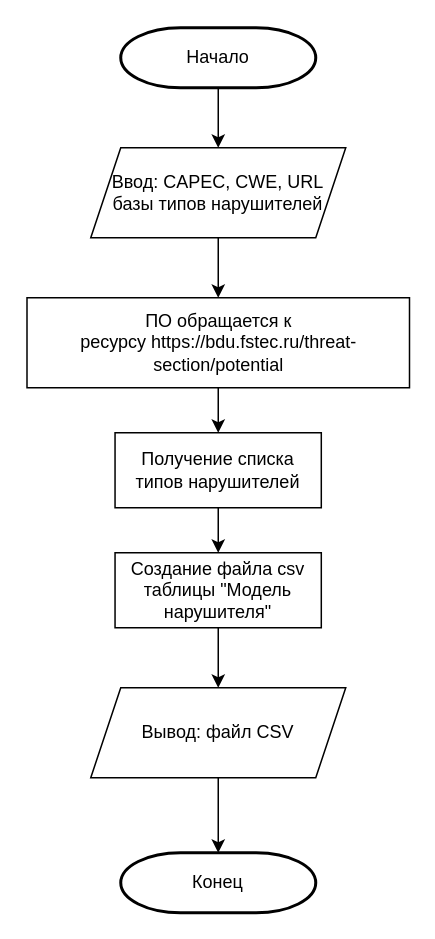
The draw.io diagram Algorithm_OPZ/(2. ЧП) 3. Алгоритм Генерация типов нарушителей.drawio in SmirnovBogdan8/Diplom, before the edit. Source tidied: cells renumbered, new cells numbered last; positions are measured from the earlier drawing's top-left corner, leaving out a move shared by most shapes. Both pictures are drawn from the tidied source at 150%, with x=0, y=0 at pixel (27, 27).
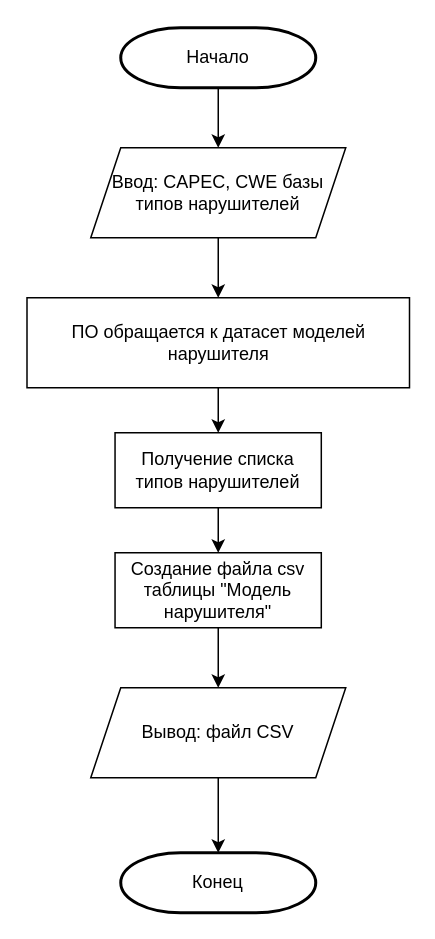
The same page after the edit.

What changed in the source:
```diff
@@
 <mxGraphModel>
   <root>
     <mxCell id="0" />
     <mxCell id="1" parent="0" />
     <mxCell id="2" style="edgeStyle=orthogonalEdgeStyle;rounded=0;jettySize=auto;html=1;" parent="1" edge="1" source="3" target="6">
       <mxGeometry relative="1" as="geometry" />
     </mxCell>
     <mxCell id="3" value="Начало" style="strokeWidth=2;html=1;shape=mxgraph.flowchart.terminator;whiteSpace=wrap;" parent="1" vertex="1">
       <mxGeometry x="62" width="130" height="40" as="geometry" />
     </mxCell>
     <mxCell id="4" value="Конец" style="strokeWidth=2;html=1;shape=mxgraph.flowchart.terminator;whiteSpace=wrap;" parent="1" vertex="1">
       <mxGeometry x="62" y="550" width="130" height="40" as="geometry" />
     </mxCell>
     <mxCell id="5" style="edgeStyle=orthogonalEdgeStyle;rounded=0;jettySize=auto;html=1;" parent="1" edge="1" source="6" target="8">
       <mxGeometry relative="1" as="geometry" />
     </mxCell>
-    <mxCell id="6" value="Ввод: CAPEC, CWE, URL базы типов нарушителей" style="shape=parallelogram;perimeter=parallelogramPerimeter;whiteSpace=wrap;html=1;fixedSize=1;" parent="1" vertex="1">
+    <mxCell id="6" value="Ввод: CAPEC, CWE базы типов нарушителей" style="shape=parallelogram;perimeter=parallelogramPerimeter;whiteSpace=wrap;html=1;fixedSize=1;" parent="1" vertex="1">
       <mxGeometry x="42" y="80" width="170" height="60" as="geometry" />
     </mxCell>
     <mxCell id="7" style="edgeStyle=orthogonalEdgeStyle;rounded=0;jettySize=auto;html=1;" parent="1" edge="1" source="8" target="14">
       <mxGeometry relative="1" as="geometry" />
     </mxCell>
-    <mxCell id="8" value="ПО обращается к ресурсу&amp;nbsp;&lt;span style=&quot;background-color: initial;&quot;&gt;https://bdu.fstec.ru/&lt;/span&gt;&lt;span style=&quot;background-color: initial;&quot;&gt;threat-section/potential&lt;/span&gt;" style="rounded=0;whiteSpace=wrap;html=1;" parent="1" vertex="1">
+    <mxCell id="8" value="ПО обращается к датасет моделей нарушителя" style="rounded=0;whiteSpace=wrap;html=1;" parent="1" vertex="1">
       <mxGeometry x="-0.5" y="180" width="255" height="60" as="geometry" />
     </mxCell>
     <mxCell id="9" style="edgeStyle=orthogonalEdgeStyle;rounded=0;jettySize=auto;html=1;" parent="1" edge="1" source="10" target="12">
       <mxGeometry relative="1" as="geometry" />
     </mxCell>
     <mxCell id="10" value="Создание файла csv таблицы &quot;Модель нарушителя&quot;" style="rounded=0;whiteSpace=wrap;html=1;" parent="1" vertex="1">
       <mxGeometry x="58.2" y="350" width="137.5" height="50" as="geometry" />
     </mxCell>
     <mxCell id="11" style="edgeStyle=orthogonalEdgeStyle;rounded=0;jettySize=auto;html=1;" parent="1" edge="1" source="12" target="4">
       <mxGeometry relative="1" as="geometry" />
     </mxCell>
     <mxCell id="12" value="Вывод: файл CSV" style="shape=parallelogram;perimeter=parallelogramPerimeter;whiteSpace=wrap;html=1;fixedSize=1;" parent="1" vertex="1">
       <mxGeometry x="42" y="440" width="170" height="60" as="geometry" />
     </mxCell>
     <mxCell id="13" style="edgeStyle=orthogonalEdgeStyle;rounded=0;jettySize=auto;html=1;" parent="1" edge="1" source="14" target="10">
       <mxGeometry relative="1" as="geometry" />
     </mxCell>
     <mxCell id="14" value="Получение списка типов нарушителей" style="rounded=0;whiteSpace=wrap;html=1;" parent="1" vertex="1">
       <mxGeometry x="58.2" y="270" width="137.5" height="50" as="geometry" />
     </mxCell>
   </root>
 </mxGraphModel>
```
